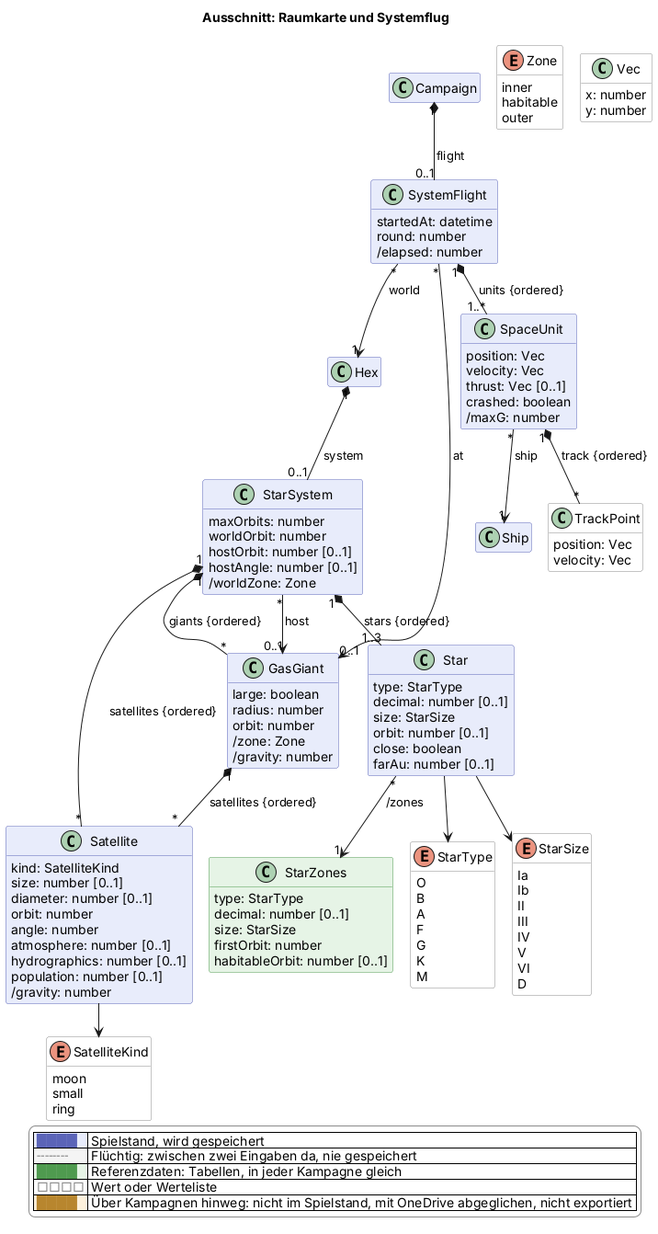
Earlier version of the PlantUML export docs/views/raum.png (scuzzar/SRE).
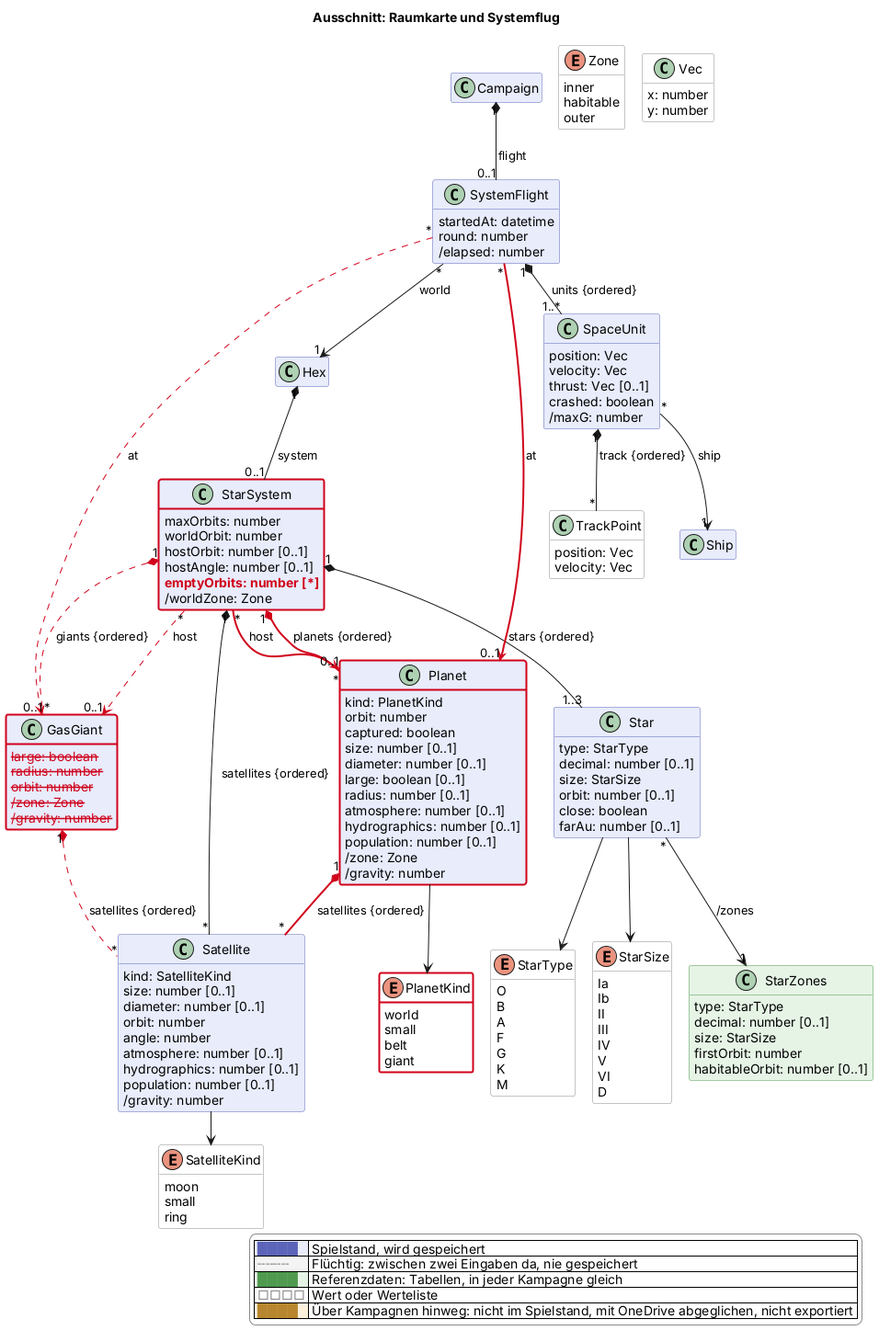
The same diagram one commit later.

The edit, as a diff of the source:
```diff
@@ -83,6 +83,7 @@
     worldOrbit: number
     hostOrbit: number [0..1]
     hostAngle: number [0..1]
+    $new("2026-11-20b", "emptyOrbits: number [*]")
     /worldZone: Zone
   }
   class Star $raum {
@@ -141,11 +142,31 @@
     ring
   }
   class GasGiant $raum {
-    large: boolean
-    radius: number
+    $gone("2026-11-20b", "large: boolean")
+    $gone("2026-11-20b", "radius: number")
+    $gone("2026-11-20b", "orbit: number")
+    $gone("2026-11-20b", "/zone: Zone")
+    $gone("2026-11-20b", "/gravity: number")
+  }
+  class Planet $raum $newClass("2026-11-20b") {
+    kind: PlanetKind
     orbit: number
+    captured: boolean
+    size: number [0..1]
+    diameter: number [0..1]
+    large: boolean [0..1]
+    radius: number [0..1]
+    atmosphere: number [0..1]
+    hydrographics: number [0..1]
+    population: number [0..1]
     /zone: Zone
     /gravity: number
+  }
+  enum PlanetKind <<value>> $raum $newClass("2026-11-20b") {
+    world
+    small
+    belt
+    giant
   }
   class SpaceUnit $raum {
     position: Vec
@@ -181,13 +202,18 @@
 Hex "1" *-- "0..1" StarSystem : system
 StarSystem "1" *-- "1..3" Star : stars {ordered}
 StarSystem "1" *-- "*" Satellite : satellites {ordered}
-StarSystem "1" *-- "*" GasGiant : giants {ordered}
-StarSystem "*" --> "0..1" GasGiant : host
+StarSystem "1" *-$goneArrow("2026-11-20b")- "*" GasGiant : giants {ordered}
+StarSystem "*" -$goneArrow("2026-11-20b")-> "0..1" GasGiant : host
+StarSystem "1" *-$newArrow("2026-11-20b")- "*" Planet : planets {ordered}
+StarSystem "*" -$newArrow("2026-11-20b")-> "0..1" Planet : host
+Planet "1" *-$newArrow("2026-11-20b")- "*" Satellite : satellites {ordered}
+Planet --> PlanetKind
 Star "*" --> "1" StarZones : /zones
 Star --> StarType
 Star --> StarSize
-SystemFlight "*" --> "0..1" GasGiant : at
-GasGiant "1" *-- "*" Satellite : satellites {ordered}
+SystemFlight "*" -$goneArrow("2026-11-20b")-> "0..1" GasGiant : at
+GasGiant "1" *-$goneArrow("2026-11-20b")- "*" Satellite : satellites {ordered}
+SystemFlight "*" -$newArrow("2026-11-20b")-> "0..1" Planet : at
 Satellite --> SatelliteKind
 
 
@@ -209,4 +235,6 @@
   |<#ffffff> <color:#8a8a8a>□□□□</color> | Wert oder Werteliste |
   |<#fdf1dc> <color:#b8862e>████</color> | Über Kampagnen hinweg: nicht im Spielstand, mit OneDrive abgeglichen, nicht exportiert |
 endlegend
+class StarSystem #line:d0021b;line.bold
+class GasGiant #line:d0021b;line.bold
 @enduml
```
